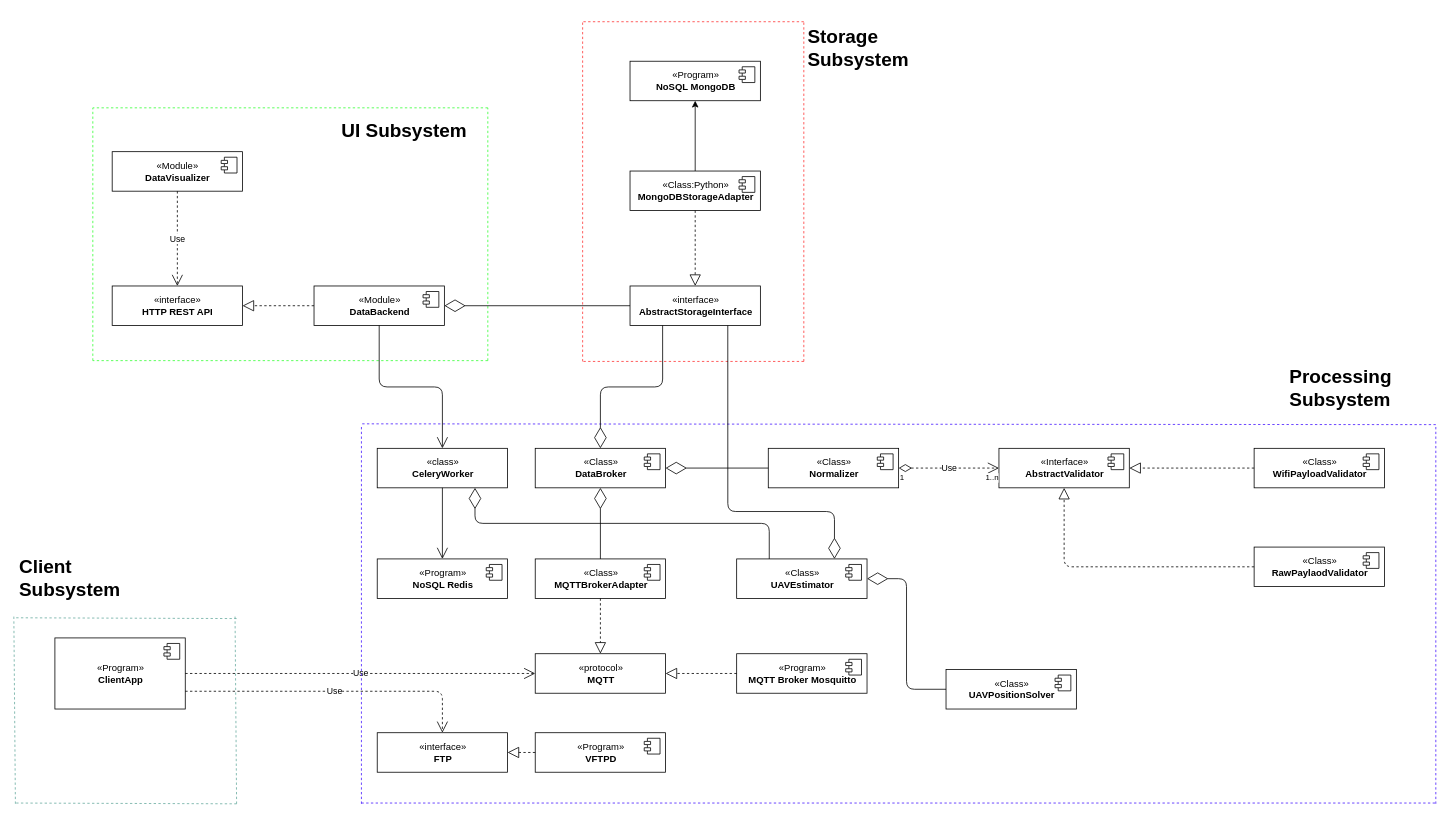
Above: page "overview" (1 of 4) of docs/schemes/classes/ClassDiagram.drawio in Kirkirillka/GPS_Tracker (draw.io), before the change. Source tidied: cells renumbered, new cells numbered last; positions are measured from the earlier drawing's top-left corner, leaving out a move shared by most shapes. Both pictures are drawn from the tidied source at 79%, with x=0, y=0 at pixel (13, 21).
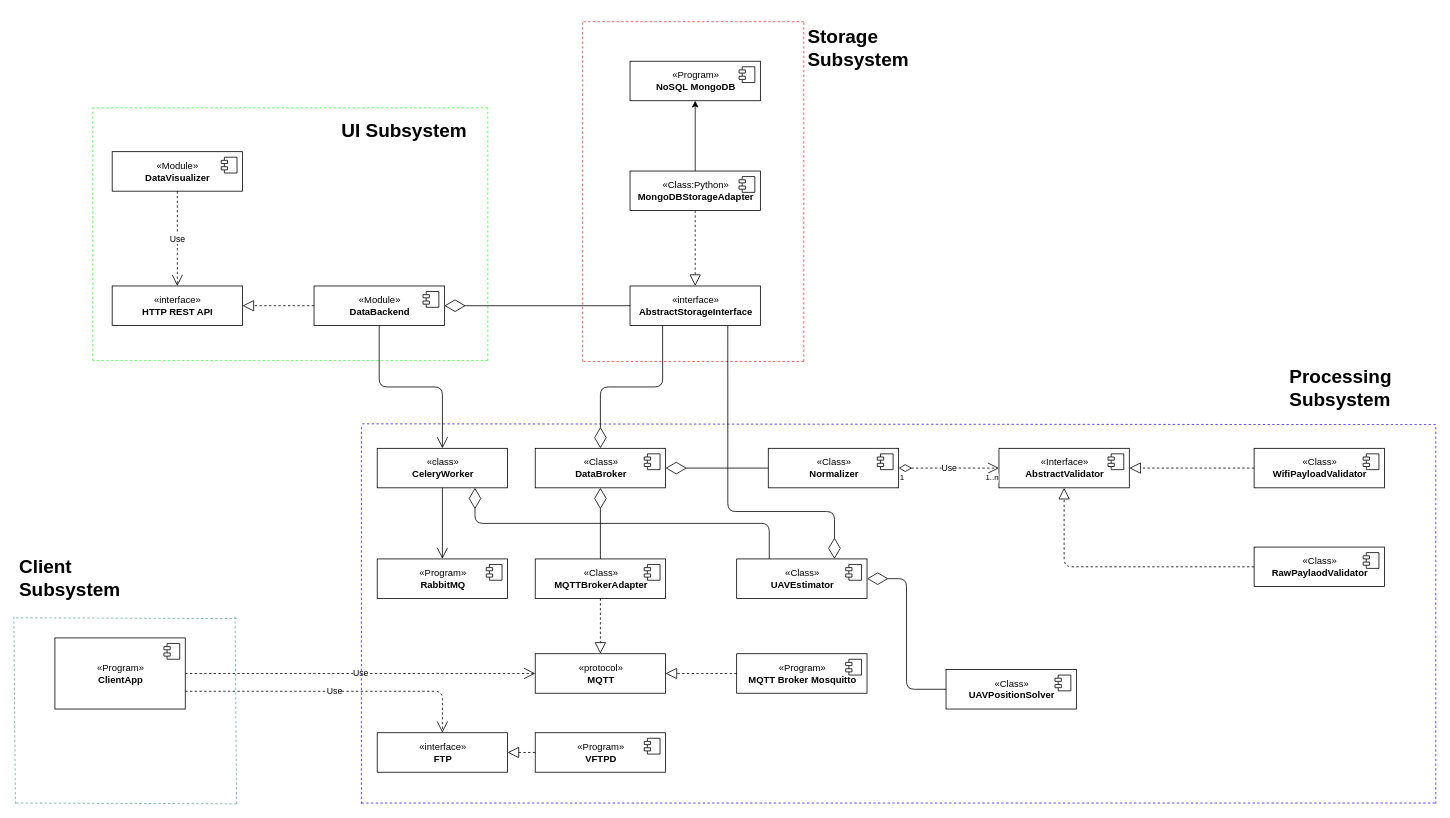
The same diagram, later.

Commit message (it also covers changes not shown here):
RabbitMQ instead of Redis

What changed in the source:
```diff
@@
-    <mxCell id="68" value="«Program»&lt;br&gt;&lt;b&gt;NoSQL Redis&lt;/b&gt;" style="html=1;" parent="1" vertex="1">
+    <mxCell id="68" value="«Program»&lt;br&gt;&lt;b&gt;RabbitMQ&lt;/b&gt;" style="html=1;" parent="1" vertex="1">
       <mxGeometry x="460" y="680" width="165" height="50" as="geometry" />
     </mxCell>
```
